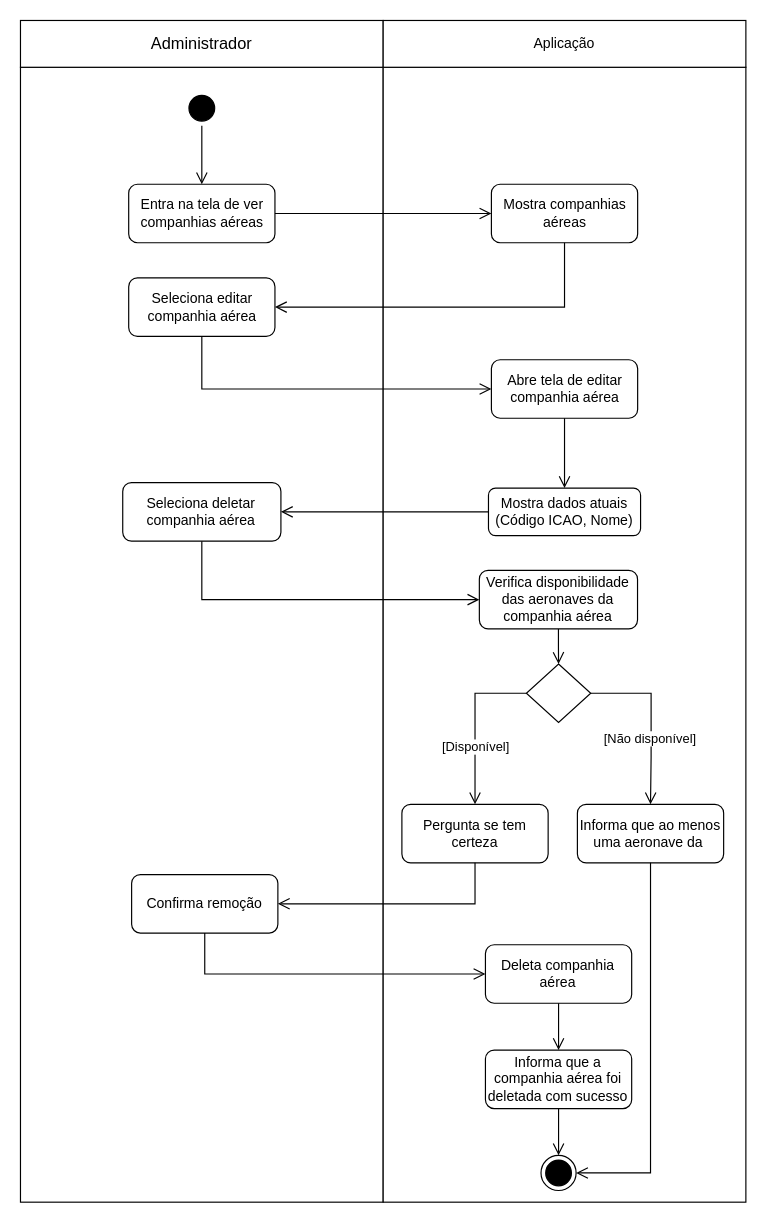
Above: Diagramas/Eng_de_Software/Modelos/Atividade/Delete_Companhia_Aerea.drawio in GabrielGMori/trabalho-conclus-o-ano (draw.io), before the change. Source tidied: cells renumbered, new cells numbered last; positions are measured from the earlier drawing's top-left corner, leaving out a move shared by most shapes. Both pictures are drawn from the tidied source at 117%, with x=0, y=0 at pixel (20, 20).
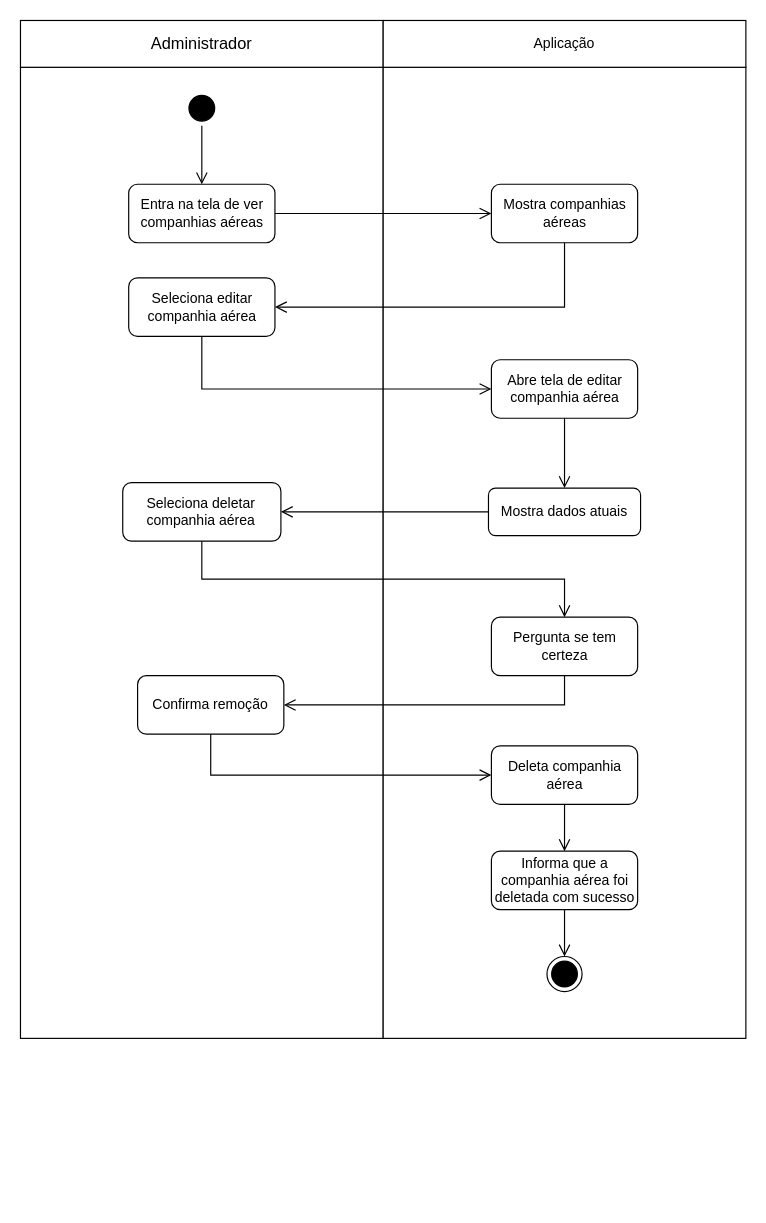
After the change.

Unchanged cells that the change refers to:
```xml
<mxCell id="10" value="Seleciona deletar companhia aérea" style="rounded=1;whiteSpace=wrap;html=1;" parent="1" vertex="1">
  <mxGeometry x="87.4" y="395" width="135.2" height="50" as="geometry" />
</mxCell>
```

The edit, as a diff of the source:
```diff
@@
     <mxCell id="2" style="rounded=0;whiteSpace=wrap;html=1;" parent="1" vertex="1">
-      <mxGeometry y="40" width="310" height="970" as="geometry" />
+      <mxGeometry y="40" width="310" height="830" as="geometry" />
     </mxCell>
     <mxCell id="3" style="rounded=0;whiteSpace=wrap;html=1;" parent="1" vertex="1">
-      <mxGeometry x="310" y="40" width="310" height="970" as="geometry" />
+      <mxGeometry x="310" y="40" width="310" height="830" as="geometry" />
     </mxCell>
@@
-    <mxCell id="9" value="Mostra dados atuais (Código ICAO, Nome)" style="rounded=1;whiteSpace=wrap;html=1;" parent="1" vertex="1">
+    <mxCell id="9" value="Mostra dados atuais" style="rounded=1;whiteSpace=wrap;html=1;" parent="1" vertex="1">
       <mxGeometry x="400" y="399.7" width="130" height="40.6" as="geometry" />
     </mxCell>
@@
     <mxCell id="12" value="Deleta companhia aérea" style="rounded=1;whiteSpace=wrap;html=1;" parent="1" vertex="1">
-      <mxGeometry x="397.4" y="790" width="125" height="50" as="geometry" />
+      <mxGeometry x="402.5" y="620" width="125" height="50" as="geometry" />
     </mxCell>
     <mxCell id="13" value="&lt;div&gt;Informa que a companhia aérea foi deletada com sucesso&lt;br&gt;&lt;/div&gt;" style="rounded=1;whiteSpace=wrap;html=1;" parent="1" vertex="1">
-      <mxGeometry x="397.4" y="880" width="125" height="50" as="geometry" />
+      <mxGeometry x="402.5" y="710" width="125" height="50" as="geometry" />
     </mxCell>
@@
     <mxCell id="15" style="ellipse;html=1;shape=endState;fillColor=#000000;strokeColor=#000000;" parent="1" vertex="1">
-      <mxGeometry x="444.9" y="970" width="30" height="30" as="geometry" />
+      <mxGeometry x="450" y="800" width="30" height="30" as="geometry" />
     </mxCell>
@@
-    <mxCell id="24" value="Verifica disponibilidade das aeronaves da companhia aérea" style="rounded=1;whiteSpace=wrap;html=1;" parent="1" vertex="1">
-      <mxGeometry x="392.2" y="470" width="135.2" height="50" as="geometry" />
-    </mxCell>
-    <mxCell id="25" style="edgeStyle=orthogonalEdgeStyle;html=1;verticalAlign=bottom;endArrow=open;endSize=8;strokeColor=#000000;rounded=0;entryX=0;entryY=0.5;entryDx=0;entryDy=0;exitX=0.5;exitY=1;exitDx=0;exitDy=0;" parent="1" edge="1" source="10" target="24">
+    <mxCell id="25" style="edgeStyle=orthogonalEdgeStyle;html=1;verticalAlign=bottom;endArrow=open;endSize=8;strokeColor=#000000;rounded=0;entryX=0.5;entryY=0;entryDx=0;entryDy=0;exitX=0.5;exitY=1;exitDx=0;exitDy=0;" parent="1" edge="1" source="10" target="27">
       <mxGeometry relative="1" as="geometry" />
     </mxCell>
     <mxCell id="26" value="Confirma remoção" style="rounded=1;whiteSpace=wrap;html=1;" parent="1" vertex="1">
-      <mxGeometry x="95" y="730" width="125" height="50" as="geometry" />
+      <mxGeometry x="100.1" y="560" width="125" height="50" as="geometry" />
     </mxCell>
     <mxCell id="27" value="Pergunta se tem certeza" style="rounded=1;whiteSpace=wrap;html=1;" parent="1" vertex="1">
-      <mxGeometry x="326" y="670" width="125" height="50" as="geometry" />
+      <mxGeometry x="402.5" y="510" width="125" height="50" as="geometry" />
     </mxCell>
@@
-    <mxCell id="30" style="rhombus;whiteSpace=wrap;html=1;" parent="1" vertex="1">
-      <mxGeometry x="432.4" y="550" width="55" height="50" as="geometry" />
-    </mxCell>
-    <mxCell id="31" style="edgeStyle=orthogonalEdgeStyle;html=1;verticalAlign=bottom;endArrow=open;endSize=8;strokeColor=#000000;rounded=0;entryX=0.5;entryY=0;entryDx=0;entryDy=0;exitX=1;exitY=0.5;exitDx=0;exitDy=0;" parent="1" edge="1" source="30" target="36">
-      <mxGeometry relative="1" as="geometry">
-        <Array as="points">
-          <mxPoint x="539" y="575" />
-          <mxPoint x="539" y="630" />
-        </Array>
-      </mxGeometry>
-    </mxCell>
-    <mxCell id="32" value="[Não disponível]" style="edgeLabel;html=1;align=center;verticalAlign=middle;" parent="31" vertex="1">
-      <mxGeometry x="-0.23" relative="1" as="geometry">
-        <mxPoint x="-2" y="34" as="offset" />
-      </mxGeometry>
-    </mxCell>
-    <mxCell id="33" style="edgeStyle=orthogonalEdgeStyle;html=1;verticalAlign=bottom;endArrow=open;endSize=8;strokeColor=#000000;rounded=0;entryX=0.5;entryY=0;entryDx=0;entryDy=0;exitX=0;exitY=0.5;exitDx=0;exitDy=0;" parent="1" edge="1" source="30" target="27">
-      <mxGeometry relative="1" as="geometry" />
-    </mxCell>
-    <mxCell id="34" value="[Disponível]" style="edgeLabel;html=1;align=center;verticalAlign=middle;" parent="33" vertex="1">
-      <mxGeometry x="-0.35" y="-2" relative="1" as="geometry">
-        <mxPoint x="2" y="44" as="offset" />
-      </mxGeometry>
-    </mxCell>
-    <mxCell id="35" style="edgeStyle=orthogonalEdgeStyle;html=1;verticalAlign=bottom;endArrow=open;endSize=8;strokeColor=#000000;rounded=0;entryX=0.5;entryY=0;entryDx=0;entryDy=0;exitX=0.5;exitY=1;exitDx=0;exitDy=0;" parent="1" edge="1" source="24" target="30">
-      <mxGeometry relative="1" as="geometry" />
-    </mxCell>
-    <mxCell id="36" value="Informa que ao menos uma aeronave da&amp;nbsp;" style="rounded=1;whiteSpace=wrap;html=1;" parent="1" vertex="1">
-      <mxGeometry x="476" y="670" width="125" height="50" as="geometry" />
-    </mxCell>
-    <mxCell id="37" style="edgeStyle=orthogonalEdgeStyle;html=1;verticalAlign=bottom;endArrow=open;endSize=8;strokeColor=#000000;rounded=0;entryX=1;entryY=0.5;entryDx=0;entryDy=0;exitX=0.5;exitY=1;exitDx=0;exitDy=0;" parent="1" edge="1" source="36" target="15">
-      <mxGeometry relative="1" as="geometry" />
-    </mxCell>
+    <mxCell id="38" style="edgeStyle=none;html=1;" parent="1" edge="1">
+      <mxGeometry relative="1" as="geometry">
+        <mxPoint x="459.9" y="550" as="sourcePoint" />
+      </mxGeometry>
+    </mxCell>
```
